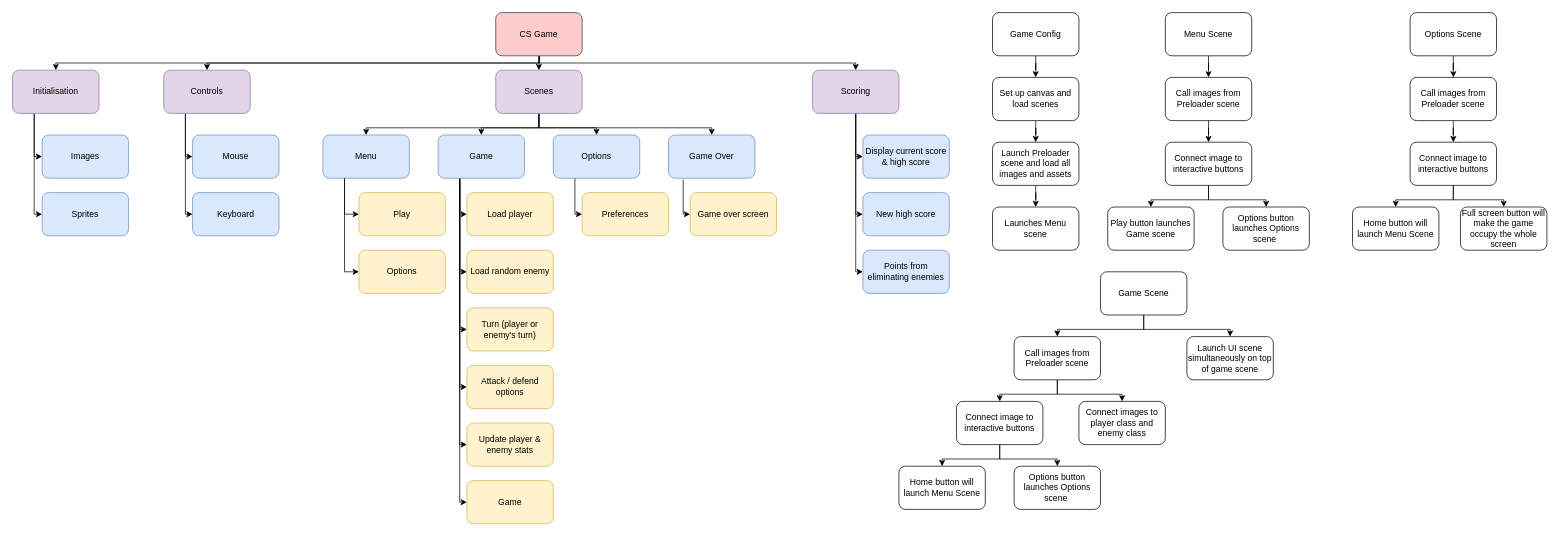
This is Top Down CS.drawio from 13ilaurente/csgame, a draw.io file, before an edit. Source tidied: cells renumbered, new cells numbered last; positions are measured from the earlier drawing's top-left corner, leaving out a move shared by most shapes. Both pictures are drawn from the tidied source at 72%, with x=0, y=0 at pixel (12, 12).
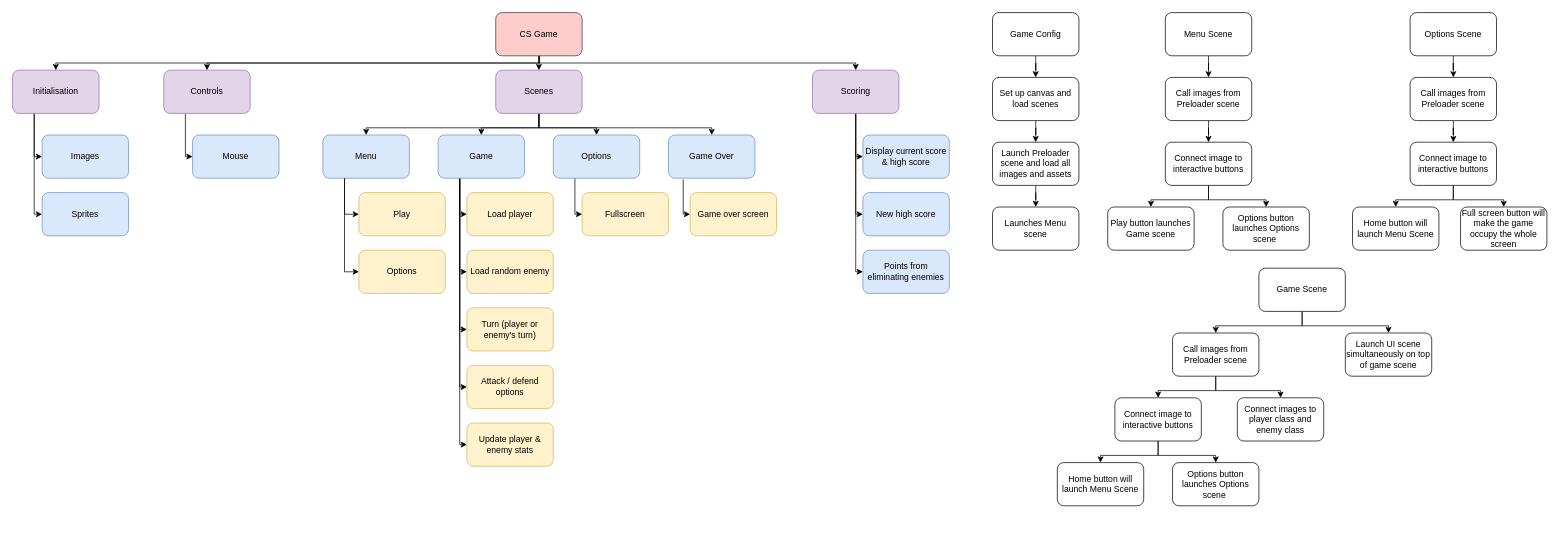
Above is the later version.

Unchanged cells that the change refers to:
```xml
<mxCell id="63" value="Game" style="rounded=1;whiteSpace=wrap;html=1;fillColor=#dae8fc;strokeColor=#6c8ebf;" parent="1" vertex="1">
  <mxGeometry x="591" y="170" width="120" height="60" as="geometry" />
</mxCell>
```

Change to the diagram source:
```diff
@@
     <mxCell id="27" style="edgeStyle=orthogonalEdgeStyle;rounded=0;jettySize=auto;html=1;" parent="1" edge="1" source="29" target="33">
       <mxGeometry relative="1" as="geometry">
         <Array as="points">
-          <mxPoint x="1571" y="440" />
-          <mxPoint x="1451" y="440" />
+          <mxPoint x="1791" y="435" />
+          <mxPoint x="1671" y="435" />
         </Array>
       </mxGeometry>
     </mxCell>
     <mxCell id="28" style="edgeStyle=orthogonalEdgeStyle;rounded=0;jettySize=auto;html=1;" parent="1" edge="1" source="29" target="30">
       <mxGeometry relative="1" as="geometry">
         <Array as="points">
-          <mxPoint x="1571" y="440" />
-          <mxPoint x="1691" y="440" />
+          <mxPoint x="1791" y="435" />
+          <mxPoint x="1911" y="435" />
         </Array>
       </mxGeometry>
     </mxCell>
     <mxCell id="29" value="Game Scene" style="rounded=1;whiteSpace=wrap;html=1;" parent="1" vertex="1">
-      <mxGeometry x="1511" y="360" width="120" height="60" as="geometry" />
+      <mxGeometry x="1731" y="355" width="120" height="60" as="geometry" />
     </mxCell>
     <mxCell id="30" value="Launch UI scene simultaneously on top of game scene" style="rounded=1;whiteSpace=wrap;html=1;" parent="1" vertex="1">
-      <mxGeometry x="1631" y="450" width="120" height="60" as="geometry" />
+      <mxGeometry x="1851" y="445" width="120" height="60" as="geometry" />
     </mxCell>
     <mxCell id="31" style="edgeStyle=orthogonalEdgeStyle;rounded=0;jettySize=auto;html=1;entryX=0.5;entryY=0;entryDx=0;entryDy=0;" parent="1" edge="1" source="33" target="37">
       <mxGeometry relative="1" as="geometry">
         <Array as="points">
-          <mxPoint x="1451" y="530" />
-          <mxPoint x="1371" y="530" />
+          <mxPoint x="1671" y="525" />
+          <mxPoint x="1591" y="525" />
         </Array>
       </mxGeometry>
     </mxCell>
     <mxCell id="32" style="edgeStyle=orthogonalEdgeStyle;rounded=0;jettySize=auto;html=1;entryX=0.5;entryY=0;entryDx=0;entryDy=0;entryPerimeter=0;" parent="1" edge="1" target="34">
       <mxGeometry relative="1" as="geometry">
-        <mxPoint x="1451" y="510" as="sourcePoint" />
+        <mxPoint x="1671" y="505" as="sourcePoint" />
         <Array as="points">
-          <mxPoint x="1451" y="530" />
-          <mxPoint x="1541" y="530" />
+          <mxPoint x="1671" y="525" />
+          <mxPoint x="1761" y="525" />
         </Array>
       </mxGeometry>
     </mxCell>
     <mxCell id="33" value="Call images from Preloader scene" style="rounded=1;whiteSpace=wrap;html=1;" parent="1" vertex="1">
-      <mxGeometry x="1391" y="450" width="120" height="60" as="geometry" />
+      <mxGeometry x="1611" y="445" width="120" height="60" as="geometry" />
     </mxCell>
     <mxCell id="34" value="Connect images to player class and enemy class" style="rounded=1;whiteSpace=wrap;html=1;" parent="1" vertex="1">
-      <mxGeometry x="1481" y="540" width="120" height="60" as="geometry" />
+      <mxGeometry x="1701" y="535" width="120" height="60" as="geometry" />
     </mxCell>
     <mxCell id="35" style="edgeStyle=orthogonalEdgeStyle;rounded=0;jettySize=auto;html=1;exitX=0.5;exitY=1;exitDx=0;exitDy=0;entryX=0.5;entryY=0;entryDx=0;entryDy=0;" parent="1" edge="1" source="37" target="38">
       <mxGeometry relative="1" as="geometry">
         <Array as="points">
-          <mxPoint x="1371" y="620" />
-          <mxPoint x="1291" y="620" />
+          <mxPoint x="1591" y="615" />
+          <mxPoint x="1511" y="615" />
         </Array>
       </mxGeometry>
     </mxCell>
     <mxCell id="36" style="edgeStyle=orthogonalEdgeStyle;rounded=0;jettySize=auto;html=1;entryX=0.5;entryY=0;entryDx=0;entryDy=0;" parent="1" edge="1" source="37" target="39">
       <mxGeometry relative="1" as="geometry">
         <Array as="points">
-          <mxPoint x="1371" y="620" />
-          <mxPoint x="1451" y="620" />
+          <mxPoint x="1591" y="615" />
+          <mxPoint x="1671" y="615" />
         </Array>
       </mxGeometry>
     </mxCell>
     <mxCell id="37" value="Connect image to interactive&amp;nbsp;buttons" style="rounded=1;whiteSpace=wrap;html=1;" parent="1" vertex="1">
-      <mxGeometry x="1311" y="540" width="120" height="60" as="geometry" />
+      <mxGeometry x="1531" y="535" width="120" height="60" as="geometry" />
     </mxCell>
     <mxCell id="38" value="Home button will launch Menu Scene" style="rounded=1;whiteSpace=wrap;html=1;" parent="1" vertex="1">
-      <mxGeometry x="1231" y="630" width="120" height="60" as="geometry" />
+      <mxGeometry x="1451" y="625" width="120" height="60" as="geometry" />
     </mxCell>
     <mxCell id="39" value="Options button launches Options scene&amp;nbsp;" style="rounded=1;whiteSpace=wrap;html=1;" parent="1" vertex="1">
-      <mxGeometry x="1391" y="630" width="120" height="60" as="geometry" />
+      <mxGeometry x="1611" y="625" width="120" height="60" as="geometry" />
     </mxCell>
@@
-    <mxCell id="46" style="edgeStyle=orthogonalEdgeStyle;rounded=0;jettySize=auto;html=1;exitX=0.25;exitY=1;exitDx=0;exitDy=0;" parent="1" edge="1" source="47" target="48">
-      <mxGeometry relative="1" as="geometry">
-        <Array as="points">
-          <mxPoint x="240" y="280" />
-        </Array>
-      </mxGeometry>
-    </mxCell>
-    <mxCell id="47" value="Controls" style="rounded=1;whiteSpace=wrap;html=1;fillColor=#e1d5e7;strokeColor=#9673a6;" parent="1" vertex="1">
+    <mxCell id="47" value="Controls" style="rounded=1;whiteSpace=wrap;html=1;fillColor=#E1D5E7;strokeColor=#9673a6;" parent="1" vertex="1">
       <mxGeometry x="210" y="80" width="120" height="60" as="geometry" />
     </mxCell>
-    <mxCell id="48" value="Keyboard" style="rounded=1;whiteSpace=wrap;html=1;fillColor=#dae8fc;strokeColor=#6c8ebf;" parent="1" vertex="1">
-      <mxGeometry x="250" y="250" width="120" height="60" as="geometry" />
-    </mxCell>
@@
-    <mxCell id="62" style="edgeStyle=orthogonalEdgeStyle;rounded=0;jettySize=auto;html=1;" parent="1" edge="1" source="63" target="64">
-      <mxGeometry relative="1" as="geometry">
-        <Array as="points">
-          <mxPoint x="621" y="680" />
-        </Array>
-      </mxGeometry>
-    </mxCell>
@@
-    <mxCell id="64" value="Game" style="rounded=1;whiteSpace=wrap;html=1;fillColor=#fff2cc;strokeColor=#d6b656;" parent="1" vertex="1">
-      <mxGeometry x="631" y="650" width="120" height="60" as="geometry" />
-    </mxCell>
@@
-    <mxCell id="71" value="Preferences" style="rounded=1;whiteSpace=wrap;html=1;fillColor=#fff2cc;strokeColor=#d6b656;" parent="1" vertex="1">
+    <mxCell id="71" value="Fullscreen" style="rounded=1;whiteSpace=wrap;html=1;fillColor=#fff2cc;strokeColor=#d6b656;" parent="1" vertex="1">
       <mxGeometry x="791" y="250" width="120" height="60" as="geometry" />
     </mxCell>
```
